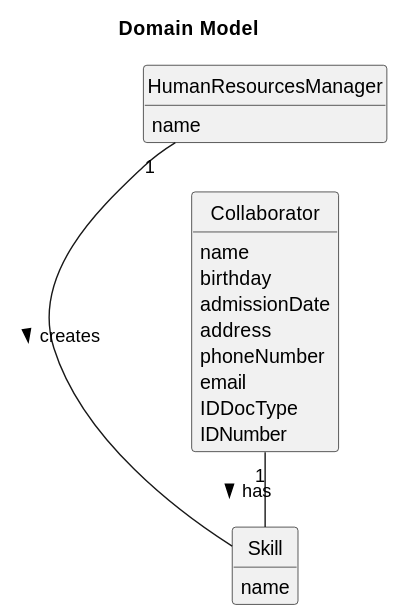
Earlier version of the PlantUML export docs/sprintA/us01/02.analysis/svg/us01-domain-model.svg (daniel41silva05/ISEP_2023_2024_LAPR2).
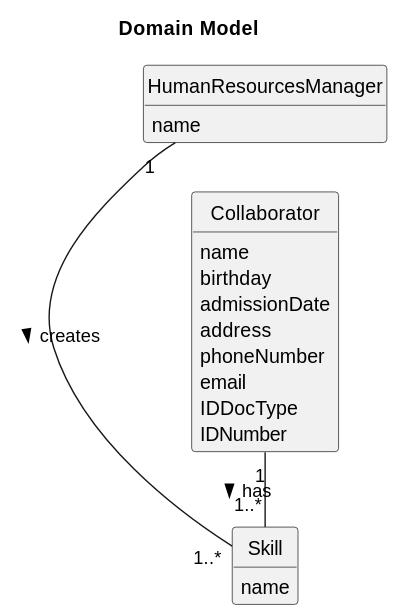
After the commit.

Commit message:
Update US05, US01 and global domain

Diff of the diagram source:
```diff
@@ -31,6 +31,6 @@
     IDNumber
 }
 
-HumanResourcesManager "1" - Skill : creates >
-Collaborator "1" - Skill : has >
+HumanResourcesManager "1" - "1..*" Skill : creates >
+Collaborator "1" - "1..*" Skill : has >
 @enduml
```
